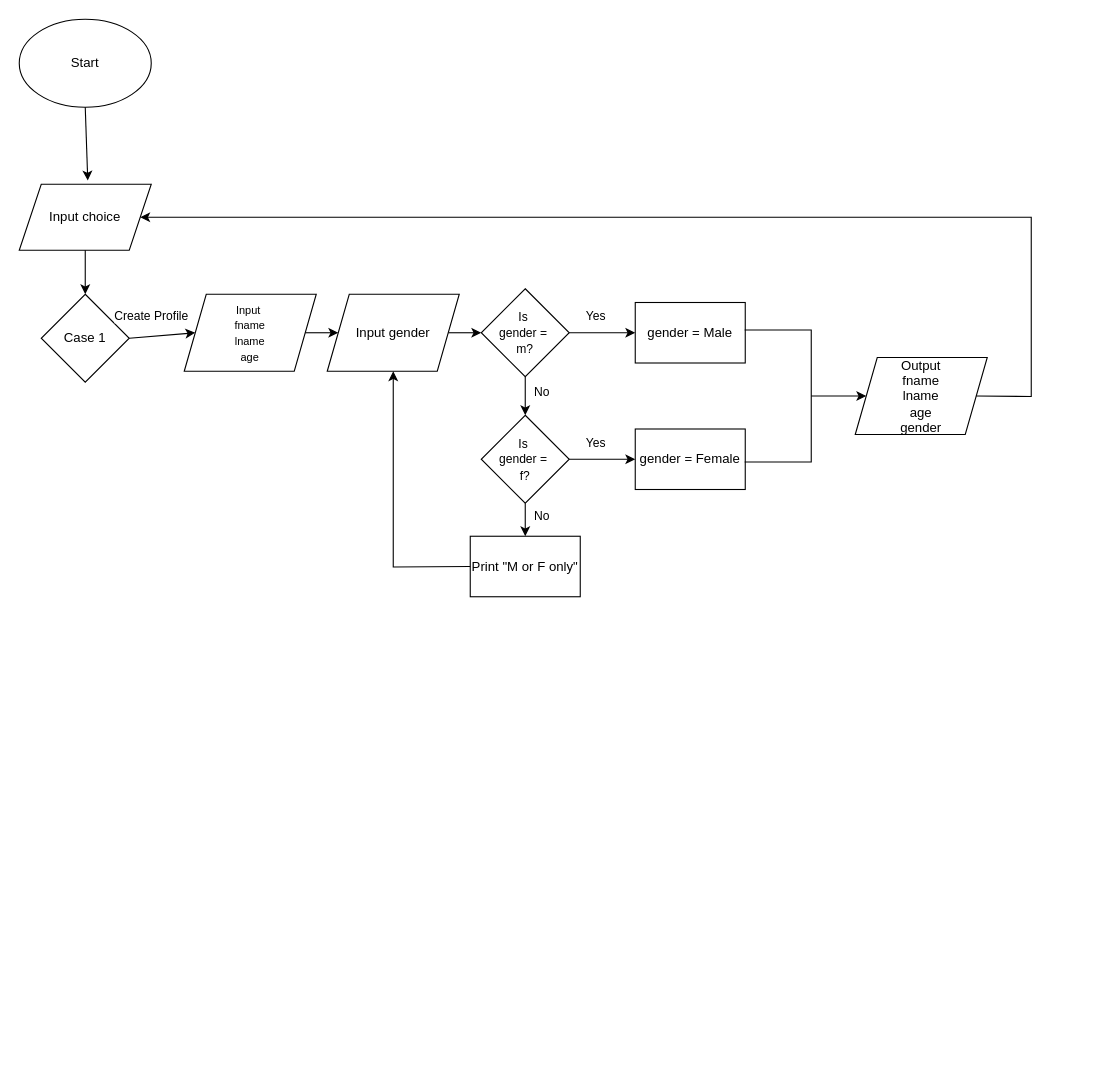
Earlier version of the draw.io diagram FlowyCharty.drawio (Sens3iProgrammer/random_stuff). Source tidied: cells renumbered, new cells numbered last; positions are measured from the earlier drawing's top-left corner, leaving out a move shared by most shapes. Both pictures are drawn from the tidied source at 110%, with x=0, y=0 at pixel (19, 19).
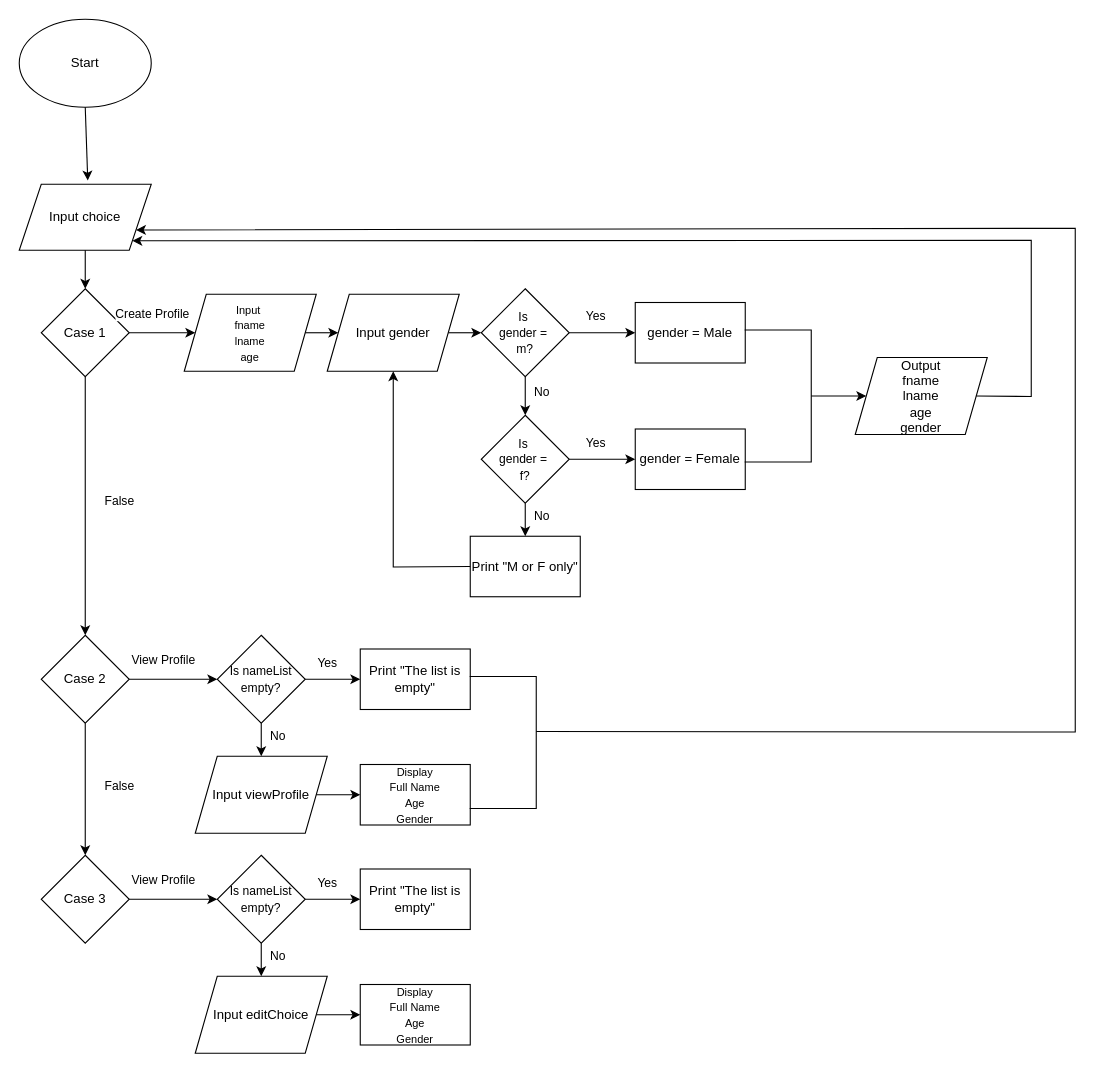
The same diagram, later.

Unchanged cells that the change refers to:
```xml
<mxCell id="3" value="Input choice" style="shape=parallelogram;perimeter=parallelogramPerimeter;whiteSpace=wrap;html=1;fixedSize=1;" parent="1" vertex="1">
  <mxGeometry y="150" width="120" height="60" as="geometry" />
</mxCell>
<mxCell id="25" value="&lt;div&gt;&lt;font&gt;Output&lt;/font&gt;&lt;/div&gt;&lt;div&gt;&lt;font&gt;fname&lt;/font&gt;&lt;/div&gt;&lt;div&gt;&lt;font&gt;lname&lt;/font&gt;&lt;/div&gt;&lt;div&gt;&lt;font&gt;age&lt;/font&gt;&lt;/div&gt;&lt;div&gt;&lt;font&gt;gender&lt;/font&gt;&lt;/div&gt;" style="shape=parallelogram;perimeter=parallelogramPerimeter;whiteSpace=wrap;html=1;fixedSize=1;" parent="1" vertex="1">
  <mxGeometry x="760" y="307.5" width="120" height="70" as="geometry" />
</mxCell>
```

Diff of the diagram source:
```diff
@@
     <mxCell id="6" value="Case 1" style="rhombus;whiteSpace=wrap;html=1;" parent="1" vertex="1">
-      <mxGeometry x="20" y="250" width="80" height="80" as="geometry" />
+      <mxGeometry x="20" y="245" width="80" height="80" as="geometry" />
     </mxCell>
@@
-    <mxCell id="26" style="endArrow=classic;html=1;rounded=0;exitX=1;exitY=0.5;exitDx=0;exitDy=0;entryX=1;entryY=0.5;entryDx=0;entryDy=0;" parent="1" edge="1" source="25" target="3">
+    <mxCell id="26" style="endArrow=classic;html=1;rounded=0;exitX=1;exitY=0.5;exitDx=0;exitDy=0;entryX=1;entryY=1;entryDx=0;entryDy=0;" parent="1" edge="1" source="25" target="3">
       <mxGeometry x="-0.19" y="15" relative="1" as="geometry">
         <Array as="points">
           <mxPoint x="920" y="343" />
           <mxPoint x="920" y="240" />
-          <mxPoint x="920" y="180" />
+          <mxPoint x="920" y="201" />
         </Array>
       </mxGeometry>
     </mxCell>
+    <mxCell id="27" value="Case 2" style="rhombus;whiteSpace=wrap;html=1;" parent="1" vertex="1">
+      <mxGeometry x="20" y="560" width="80" height="80" as="geometry" />
+    </mxCell>
+    <mxCell id="28" style="endArrow=classic;html=1;rounded=0;exitX=0.5;exitY=1;exitDx=0;exitDy=0;entryX=0.5;entryY=0;entryDx=0;entryDy=0;" parent="1" edge="1" source="6" target="27">
+      <mxGeometry relative="1" as="geometry" />
+    </mxCell>
+    <mxCell id="29" value="False" style="edgeLabel;html=1;align=center;verticalAlign=middle;" parent="28" vertex="1">
+      <mxGeometry x="-0.03" y="-1" relative="1" as="geometry">
+        <mxPoint x="31" y="-2" as="offset" />
+      </mxGeometry>
+    </mxCell>
+    <mxCell id="30" style="endArrow=classic;html=1;rounded=0;exitX=1;exitY=0.5;exitDx=0;exitDy=0;entryX=0;entryY=0.5;entryDx=0;entryDy=0;" parent="1" edge="1" source="27" target="32">
+      <mxGeometry relative="1" as="geometry" />
+    </mxCell>
+    <mxCell id="31" value="View Profile" style="edgeLabel;html=1;align=center;verticalAlign=middle;" parent="30" vertex="1">
+      <mxGeometry x="-0.03" y="-1" relative="1" as="geometry">
+        <mxPoint x="-9" y="-19" as="offset" />
+      </mxGeometry>
+    </mxCell>
+    <mxCell id="32" value="&lt;span style=&quot;font-size: 11px;&quot;&gt;Is nameList empty?&lt;/span&gt;" style="rhombus;whiteSpace=wrap;html=1;" parent="1" vertex="1">
+      <mxGeometry x="180" y="560" width="80" height="80" as="geometry" />
+    </mxCell>
+    <mxCell id="33" value="Yes" style="endArrow=classic;html=1;rounded=0;exitX=1;exitY=0.5;exitDx=0;exitDy=0;entryX=0;entryY=0.5;entryDx=0;entryDy=0;" parent="1" edge="1" source="32" target="34">
+      <mxGeometry x="-0.19" y="15" relative="1" as="geometry" />
+    </mxCell>
+    <mxCell id="34" value="Print &quot;The list is empty&quot;" style="rounded=0;whiteSpace=wrap;html=1;" parent="1" vertex="1">
+      <mxGeometry x="310" y="572.5" width="100" height="55" as="geometry" />
+    </mxCell>
+    <mxCell id="35" value="No" style="endArrow=classic;html=1;rounded=0;exitX=0.5;exitY=1;exitDx=0;exitDy=0;entryX=0.5;entryY=0;entryDx=0;entryDy=0;" parent="1" edge="1" source="32" target="36">
+      <mxGeometry x="-0.19" y="15" relative="1" as="geometry" />
+    </mxCell>
+    <mxCell id="36" value="&lt;div&gt;Input viewProfile&lt;/div&gt;" style="shape=parallelogram;perimeter=parallelogramPerimeter;whiteSpace=wrap;html=1;fixedSize=1;" parent="1" vertex="1">
+      <mxGeometry x="160" y="670" width="120" height="70" as="geometry" />
+    </mxCell>
+    <mxCell id="37" value="&lt;font style=&quot;font-size: 10px;&quot;&gt;Display&lt;/font&gt;&lt;div&gt;&lt;font style=&quot;font-size: 10px;&quot;&gt;Full Name&lt;/font&gt;&lt;/div&gt;&lt;div&gt;&lt;font style=&quot;font-size: 10px;&quot;&gt;Age&lt;/font&gt;&lt;/div&gt;&lt;div&gt;&lt;font style=&quot;font-size: 10px;&quot;&gt;Gender&lt;/font&gt;&lt;/div&gt;" style="rounded=0;whiteSpace=wrap;html=1;" parent="1" vertex="1">
+      <mxGeometry x="310" y="677.5" width="100" height="55" as="geometry" />
+    </mxCell>
+    <mxCell id="38" style="endArrow=classic;html=1;rounded=0;exitX=1;exitY=0.5;exitDx=0;exitDy=0;entryX=0;entryY=0.5;entryDx=0;entryDy=0;" parent="1" edge="1" source="36" target="37">
+      <mxGeometry x="-0.19" y="15" relative="1" as="geometry" />
+    </mxCell>
+    <mxCell id="39" style="shape=partialRectangle;whiteSpace=wrap;html=1;bottom=1;right=1;left=1;top=0;fillColor=none;routingCenterX=-0.5;rotation=-90;" parent="1" vertex="1">
+      <mxGeometry x="380" y="627.5" width="120" height="60" as="geometry" />
+    </mxCell>
+    <mxCell id="40" style="endArrow=classic;html=1;rounded=0;exitX=0.5;exitY=1;exitDx=0;exitDy=0;entryX=1;entryY=0.75;entryDx=0;entryDy=0;" parent="1" edge="1" target="3">
+      <mxGeometry x="-0.19" y="15" relative="1" as="geometry">
+        <mxPoint x="470" y="647.5" as="sourcePoint" />
+        <Array as="points">
+          <mxPoint x="960" y="648" />
+          <mxPoint x="960" y="190" />
+        </Array>
+      </mxGeometry>
+    </mxCell>
+    <mxCell id="41" value="Case 3" style="rhombus;whiteSpace=wrap;html=1;" parent="1" vertex="1">
+      <mxGeometry x="20" y="760" width="80" height="80" as="geometry" />
+    </mxCell>
+    <mxCell id="42" style="endArrow=classic;html=1;rounded=0;exitX=0.5;exitY=1;exitDx=0;exitDy=0;entryX=0.5;entryY=0;entryDx=0;entryDy=0;" parent="1" edge="1" source="27" target="41">
+      <mxGeometry relative="1" as="geometry" />
+    </mxCell>
+    <mxCell id="43" value="False" style="edgeLabel;html=1;align=center;verticalAlign=middle;" parent="42" vertex="1">
+      <mxGeometry x="-0.03" y="-1" relative="1" as="geometry">
+        <mxPoint x="31" y="-2" as="offset" />
+      </mxGeometry>
+    </mxCell>
+    <mxCell id="44" style="endArrow=classic;html=1;rounded=0;entryX=0;entryY=0.5;entryDx=0;entryDy=0;exitX=1;exitY=0.5;exitDx=0;exitDy=0;" parent="1" edge="1" source="41" target="46">
+      <mxGeometry relative="1" as="geometry" />
+    </mxCell>
+    <mxCell id="45" value="View Profile" style="edgeLabel;html=1;align=center;verticalAlign=middle;" parent="44" vertex="1">
+      <mxGeometry x="-0.03" y="-1" relative="1" as="geometry">
+        <mxPoint x="-9" y="-19" as="offset" />
+      </mxGeometry>
+    </mxCell>
+    <mxCell id="46" value="&lt;span style=&quot;font-size: 11px;&quot;&gt;Is nameList empty?&lt;/span&gt;" style="rhombus;whiteSpace=wrap;html=1;" parent="1" vertex="1">
+      <mxGeometry x="180" y="760" width="80" height="80" as="geometry" />
+    </mxCell>
+    <mxCell id="47" value="Yes" style="endArrow=classic;html=1;rounded=0;exitX=1;exitY=0.5;exitDx=0;exitDy=0;entryX=0;entryY=0.5;entryDx=0;entryDy=0;" parent="1" edge="1" source="46" target="48">
+      <mxGeometry x="-0.19" y="15" relative="1" as="geometry" />
+    </mxCell>
+    <mxCell id="48" value="Print &quot;The list is empty&quot;" style="rounded=0;whiteSpace=wrap;html=1;" parent="1" vertex="1">
+      <mxGeometry x="310" y="772.5" width="100" height="55" as="geometry" />
+    </mxCell>
+    <mxCell id="49" value="No" style="endArrow=classic;html=1;rounded=0;exitX=0.5;exitY=1;exitDx=0;exitDy=0;entryX=0.5;entryY=0;entryDx=0;entryDy=0;" parent="1" edge="1" source="46" target="50">
+      <mxGeometry x="-0.19" y="15" relative="1" as="geometry" />
+    </mxCell>
+    <mxCell id="50" value="&lt;div&gt;Input editChoice&lt;/div&gt;" style="shape=parallelogram;perimeter=parallelogramPerimeter;whiteSpace=wrap;html=1;fixedSize=1;" parent="1" vertex="1">
+      <mxGeometry x="160" y="870" width="120" height="70" as="geometry" />
+    </mxCell>
+    <mxCell id="51" value="&lt;font style=&quot;font-size: 10px;&quot;&gt;Display&lt;/font&gt;&lt;div&gt;&lt;font style=&quot;font-size: 10px;&quot;&gt;Full Name&lt;/font&gt;&lt;/div&gt;&lt;div&gt;&lt;font style=&quot;font-size: 10px;&quot;&gt;Age&lt;/font&gt;&lt;/div&gt;&lt;div&gt;&lt;font style=&quot;font-size: 10px;&quot;&gt;Gender&lt;/font&gt;&lt;/div&gt;" style="rounded=0;whiteSpace=wrap;html=1;" parent="1" vertex="1">
+      <mxGeometry x="310" y="877.5" width="100" height="55" as="geometry" />
+    </mxCell>
+    <mxCell id="52" style="endArrow=classic;html=1;rounded=0;exitX=1;exitY=0.5;exitDx=0;exitDy=0;entryX=0;entryY=0.5;entryDx=0;entryDy=0;" parent="1" edge="1" source="50" target="51">
+      <mxGeometry x="-0.19" y="15" relative="1" as="geometry" />
+    </mxCell>
```
